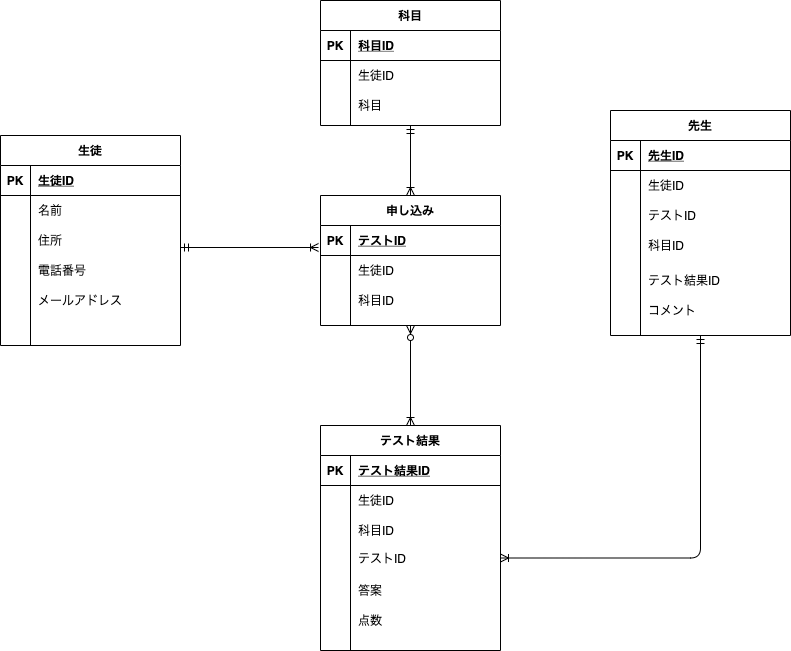
Earlier version of the draw.io export ERtest.drawio.png (Ufaa/DB20210802goto). Source tidied: cells renumbered, new cells last; positions are measured from the earlier drawing's top-left corner, leaving out a move shared by most shapes.
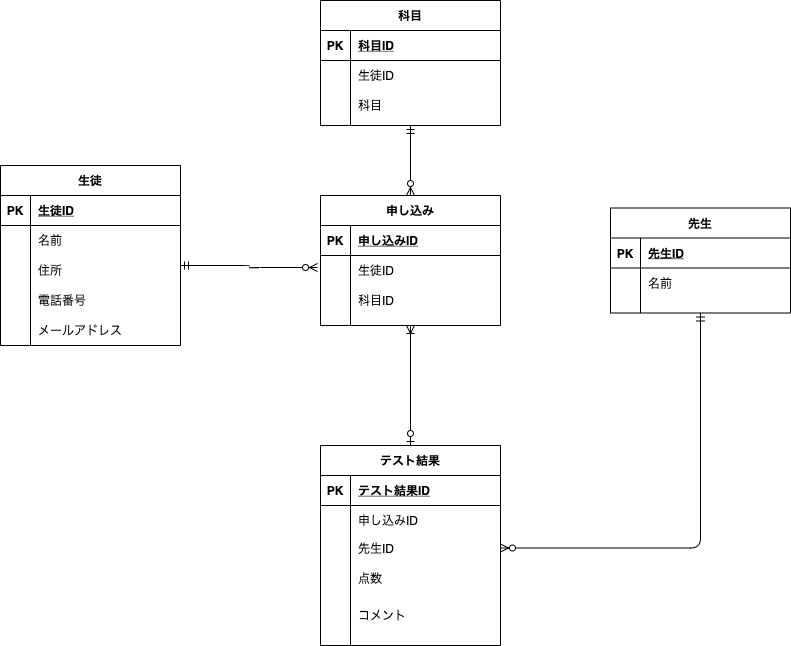
After the change.

What changed in the source:
```diff
@@ -3,7 +3,7 @@
     <mxCell id="0" />
     <mxCell id="1" parent="0" />
     <mxCell id="2" value="先生" style="shape=table;startSize=30;rowLines=0;fontStyle=1;align=center;" parent="1" vertex="1">
-      <mxGeometry x="610" y="110" width="180" height="225" as="geometry" />
+      <mxGeometry x="610" y="207.5" width="180" height="105" as="geometry" />
     </mxCell>
     <mxCell id="3" style="shape=partialRectangle;fillColor=none;top=0;left=0;bottom=1;right=0;" parent="2" vertex="1">
       <mxGeometry y="30" width="180" height="30" as="geometry" />
@@ -20,45 +20,9 @@
     <mxCell id="7" style="shape=partialRectangle;fillColor=none;top=0;left=0;bottom=0;right=0;overflow=hidden;" parent="6" vertex="1">
       <mxGeometry width="30" height="30" as="geometry" />
     </mxCell>
-    <mxCell id="8" value="生徒ID" style="shape=partialRectangle;fillColor=none;top=0;left=0;bottom=0;right=0;align=left;spacingLeft=6;overflow=hidden;" parent="6" vertex="1">
+    <mxCell id="8" value="名前" style="shape=partialRectangle;fillColor=none;top=0;left=0;bottom=0;right=0;align=left;spacingLeft=6;overflow=hidden;" parent="6" vertex="1">
       <mxGeometry x="30" width="150" height="30" as="geometry" />
     </mxCell>
-    <mxCell id="9" style="shape=partialRectangle;fillColor=none;top=0;left=0;bottom=0;right=0;" parent="2" vertex="1">
-      <mxGeometry y="90" width="180" height="30" as="geometry" />
-    </mxCell>
-    <mxCell id="10" style="shape=partialRectangle;fillColor=none;top=0;left=0;bottom=0;right=0;overflow=hidden;" parent="9" vertex="1">
-      <mxGeometry width="30" height="30" as="geometry" />
-    </mxCell>
-    <mxCell id="11" value="テストID" style="shape=partialRectangle;fillColor=none;top=0;left=0;bottom=0;right=0;align=left;spacingLeft=6;overflow=hidden;" parent="9" vertex="1">
-      <mxGeometry x="30" width="150" height="30" as="geometry" />
-    </mxCell>
-    <mxCell id="12" style="shape=partialRectangle;fillColor=none;top=0;left=0;bottom=0;right=0;" parent="2" vertex="1">
-      <mxGeometry y="120" width="180" height="30" as="geometry" />
-    </mxCell>
-    <mxCell id="13" style="shape=partialRectangle;fillColor=none;top=0;left=0;bottom=0;right=0;overflow=hidden;" parent="12" vertex="1">
-      <mxGeometry width="30" height="30" as="geometry" />
-    </mxCell>
-    <mxCell id="14" value="科目ID" style="shape=partialRectangle;fillColor=none;top=0;left=0;bottom=0;right=0;align=left;spacingLeft=6;overflow=hidden;" parent="12" vertex="1">
-      <mxGeometry x="30" width="150" height="30" as="geometry" />
-    </mxCell>
-    <mxCell id="15" style="shape=partialRectangle;fillColor=none;top=0;left=0;bottom=0;right=0;" parent="2" vertex="1">
-      <mxGeometry y="150" width="180" height="40" as="geometry" />
-    </mxCell>
-    <mxCell id="16" style="shape=partialRectangle;fillColor=none;top=0;left=0;bottom=0;right=0;overflow=hidden;" parent="15" vertex="1">
-      <mxGeometry width="30" height="40" as="geometry" />
-    </mxCell>
-    <mxCell id="17" value="テスト結果ID" style="shape=partialRectangle;fillColor=none;top=0;left=0;bottom=0;right=0;align=left;spacingLeft=6;overflow=hidden;" parent="15" vertex="1">
-      <mxGeometry x="30" width="150" height="40" as="geometry" />
-    </mxCell>
-    <mxCell id="18" style="shape=partialRectangle;fillColor=none;top=0;left=0;bottom=0;right=0;" parent="2" vertex="1">
-      <mxGeometry y="190" width="180" height="20" as="geometry" />
-    </mxCell>
-    <mxCell id="19" style="shape=partialRectangle;fillColor=none;top=0;left=0;bottom=0;right=0;overflow=hidden;" parent="18" vertex="1">
-      <mxGeometry width="30" height="20" as="geometry" />
-    </mxCell>
-    <mxCell id="20" value="コメント" style="shape=partialRectangle;fillColor=none;top=0;left=0;bottom=0;right=0;align=left;spacingLeft=6;overflow=hidden;" parent="18" vertex="1">
-      <mxGeometry x="30" width="150" height="20" as="geometry" />
-    </mxCell>
     <mxCell id="21" value="申し込み" style="shape=table;startSize=30;rowLines=0;fontStyle=1;align=center;" parent="1" vertex="1">
       <mxGeometry x="320" y="195" width="180" height="130" as="geometry" />
     </mxCell>
@@ -68,7 +32,7 @@
     <mxCell id="23" value="PK" style="shape=partialRectangle;fillColor=none;top=0;left=0;bottom=0;right=0;fontStyle=1;overflow=hidden;" parent="22" vertex="1">
       <mxGeometry width="30" height="30" as="geometry" />
     </mxCell>
-    <mxCell id="24" value="テストID" style="shape=partialRectangle;fillColor=none;top=0;left=0;bottom=0;right=0;align=left;spacingLeft=6;fontStyle=5;overflow=hidden;" parent="22" vertex="1">
+    <mxCell id="24" value="申し込みID" style="shape=partialRectangle;fillColor=none;top=0;left=0;bottom=0;right=0;align=left;spacingLeft=6;fontStyle=5;overflow=hidden;" parent="22" vertex="1">
       <mxGeometry x="30" width="150" height="30" as="geometry" />
     </mxCell>
     <mxCell id="25" style="shape=partialRectangle;fillColor=none;top=0;left=0;bottom=0;right=0;" parent="21" vertex="1">
@@ -90,7 +54,7 @@
       <mxGeometry x="30" width="150" height="30" as="geometry" />
     </mxCell>
     <mxCell id="31" value="生徒" style="shape=table;startSize=30;rowLines=0;fontStyle=1;align=center;" parent="1" vertex="1">
-      <mxGeometry y="135" width="180" height="210" as="geometry" />
+      <mxGeometry y="165" width="180" height="180" as="geometry" />
     </mxCell>
     <mxCell id="32" style="shape=partialRectangle;fillColor=none;top=0;left=0;bottom=1;right=0;" parent="31" vertex="1">
       <mxGeometry y="30" width="180" height="30" as="geometry" />
@@ -137,17 +101,8 @@
     <mxCell id="46" value="メールアドレス" style="shape=partialRectangle;fillColor=none;top=0;left=0;bottom=0;right=0;align=left;spacingLeft=6;overflow=hidden;" parent="44" vertex="1">
       <mxGeometry x="30" width="150" height="30" as="geometry" />
     </mxCell>
-    <mxCell id="47" style="shape=partialRectangle;fillColor=none;top=0;left=0;bottom=0;right=0;" parent="31" vertex="1">
-      <mxGeometry y="180" width="180" height="30" as="geometry" />
-    </mxCell>
-    <mxCell id="48" style="shape=partialRectangle;fillColor=none;top=0;left=0;bottom=0;right=0;overflow=hidden;" parent="47" vertex="1">
-      <mxGeometry width="30" height="30" as="geometry" />
-    </mxCell>
-    <mxCell id="49" style="shape=partialRectangle;fillColor=none;top=0;left=0;bottom=0;right=0;align=left;spacingLeft=6;overflow=hidden;" parent="47" vertex="1">
-      <mxGeometry x="30" width="150" height="30" as="geometry" />
-    </mxCell>
     <mxCell id="50" value="テスト結果" style="shape=table;startSize=30;rowLines=0;fontStyle=1;align=center;" parent="1" vertex="1">
-      <mxGeometry x="320" y="425" width="180" height="225" as="geometry" />
+      <mxGeometry x="320" y="445" width="180" height="200" as="geometry" />
     </mxCell>
     <mxCell id="51" style="shape=partialRectangle;fillColor=none;top=0;left=0;bottom=1;right=0;" parent="50" vertex="1">
       <mxGeometry y="30" width="180" height="30" as="geometry" />
@@ -164,48 +119,36 @@
     <mxCell id="55" style="shape=partialRectangle;fillColor=none;top=0;left=0;bottom=0;right=0;overflow=hidden;" parent="54" vertex="1">
       <mxGeometry width="30" height="30" as="geometry" />
     </mxCell>
-    <mxCell id="56" value="生徒ID" style="shape=partialRectangle;fillColor=none;top=0;left=0;bottom=0;right=0;align=left;spacingLeft=6;overflow=hidden;" parent="54" vertex="1">
+    <mxCell id="56" value="申し込みID" style="shape=partialRectangle;fillColor=none;top=0;left=0;bottom=0;right=0;align=left;spacingLeft=6;overflow=hidden;" parent="54" vertex="1">
       <mxGeometry x="30" width="150" height="30" as="geometry" />
     </mxCell>
-    <mxCell id="57" style="shape=partialRectangle;fillColor=none;top=0;left=0;bottom=0;right=0;" parent="50" vertex="1">
-      <mxGeometry y="90" width="180" height="30" as="geometry" />
-    </mxCell>
-    <mxCell id="58" style="shape=partialRectangle;fillColor=none;top=0;left=0;bottom=0;right=0;overflow=hidden;" parent="57" vertex="1">
-      <mxGeometry width="30" height="30" as="geometry" />
-    </mxCell>
-    <mxCell id="59" value="科目ID" style="shape=partialRectangle;fillColor=none;top=0;left=0;bottom=0;right=0;align=left;spacingLeft=6;overflow=hidden;" parent="57" vertex="1">
-      <mxGeometry x="30" width="150" height="30" as="geometry" />
-    </mxCell>
-    <mxCell id="60" style="shape=partialRectangle;fillColor=none;top=0;left=0;bottom=0;right=0;points=[[0,0.5],[1,0.5]];portConstraint=eastwest;" parent="50" vertex="1">
-      <mxGeometry y="120" width="180" height="25" as="geometry" />
-    </mxCell>
+    <mxCell id="83" style="shape=partialRectangle;fillColor=none;top=0;left=0;bottom=0;right=0;points=[[0,0.5],[1,0.5]];portConstraint=eastwest;" parent="50" vertex="1">
+      <mxGeometry y="90" width="180" height="25" as="geometry" />
+    </mxCell>
-    <mxCell id="61" style="shape=partialRectangle;fillColor=none;top=0;left=0;bottom=0;right=0;overflow=hidden;" parent="60" vertex="1">
+    <mxCell id="61" style="shape=partialRectangle;fillColor=none;top=0;left=0;bottom=0;right=0;overflow=hidden;" parent="83" vertex="1">
       <mxGeometry width="30" height="25" as="geometry" />
     </mxCell>
-    <mxCell id="62" value="テストID" style="shape=partialRectangle;fillColor=none;top=0;left=0;bottom=0;right=0;align=left;spacingLeft=6;overflow=hidden;" parent="60" vertex="1">
-      <mxGeometry x="30" width="150" height="25" as="geometry" />
-    </mxCell>
-    <mxCell id="63" style="shape=partialRectangle;fillColor=none;top=0;left=0;bottom=0;right=0;" parent="50" vertex="1">
-      <mxGeometry y="145" width="180" height="40" as="geometry" />
-    </mxCell>
-    <mxCell id="64" style="shape=partialRectangle;fillColor=none;top=0;left=0;bottom=0;right=0;overflow=hidden;" parent="63" vertex="1">
-      <mxGeometry width="30" height="40" as="geometry" />
-    </mxCell>
-    <mxCell id="65" value="答案" style="shape=partialRectangle;fillColor=none;top=0;left=0;bottom=0;right=0;align=left;spacingLeft=6;overflow=hidden;" parent="63" vertex="1">
-      <mxGeometry x="30" width="150" height="40" as="geometry" />
-    </mxCell>
+    <mxCell id="84" value="先生ID" style="shape=partialRectangle;fillColor=none;top=0;left=0;bottom=0;right=0;align=left;spacingLeft=6;overflow=hidden;" parent="83" vertex="1">
+      <mxGeometry x="30" width="150" height="25" as="geometry" />
+    </mxCell>
     <mxCell id="66" style="shape=partialRectangle;fillColor=none;top=0;left=0;bottom=0;right=0;" parent="50" vertex="1">
-      <mxGeometry y="185" width="180" height="20" as="geometry" />
+      <mxGeometry y="115" width="180" height="35" as="geometry" />
     </mxCell>
     <mxCell id="67" style="shape=partialRectangle;fillColor=none;top=0;left=0;bottom=0;right=0;overflow=hidden;" parent="66" vertex="1">
-      <mxGeometry width="30" height="20" as="geometry" />
+      <mxGeometry width="30" height="35" as="geometry" />
     </mxCell>
     <mxCell id="68" value="点数" style="shape=partialRectangle;fillColor=none;top=0;left=0;bottom=0;right=0;align=left;spacingLeft=6;overflow=hidden;" parent="66" vertex="1">
-      <mxGeometry x="30" width="150" height="20" as="geometry" />
+      <mxGeometry x="30" width="150" height="35" as="geometry" />
     </mxCell>
-    <mxCell id="69" style="fontSize=12;html=1;endArrow=ERoneToMany;startArrow=ERzeroToMany;entryX=0.5;entryY=0;entryDx=0;entryDy=0;edgeStyle=orthogonalEdgeStyle;exitX=0.5;exitY=1;exitDx=0;exitDy=0;" parent="1" edge="1" source="21" target="50">
-      <mxGeometry relative="1" as="geometry" />
-    </mxCell>
+    <mxCell id="15" style="shape=partialRectangle;fillColor=none;top=0;left=0;bottom=0;right=0;" parent="50" vertex="1">
+      <mxGeometry y="150" width="180" height="40" as="geometry" />
+    </mxCell>
+    <mxCell id="85" style="shape=partialRectangle;fillColor=none;top=0;left=0;bottom=0;right=0;overflow=hidden;" parent="15" vertex="1">
+      <mxGeometry width="30" height="40" as="geometry" />
+    </mxCell>
+    <mxCell id="20" value="コメント" style="shape=partialRectangle;fillColor=none;top=0;left=0;bottom=0;right=0;align=left;spacingLeft=6;overflow=hidden;" parent="15" vertex="1">
+      <mxGeometry x="30" width="150" height="40" as="geometry" />
+    </mxCell>
     <mxCell id="70" value="科目" style="shape=table;startSize=30;rowLines=0;fontStyle=1;align=center;" parent="1" vertex="1">
       <mxGeometry x="320" width="180" height="125" as="geometry" />
     </mxCell>
@@ -236,16 +179,24 @@
     <mxCell id="79" value="科目" style="shape=partialRectangle;fillColor=none;top=0;left=0;bottom=0;right=0;align=left;spacingLeft=6;overflow=hidden;" parent="77" vertex="1">
       <mxGeometry x="30" width="150" height="30" as="geometry" />
     </mxCell>
-    <mxCell id="80" style="fontSize=12;html=1;endArrow=ERoneToMany;startArrow=ERmandOne;entryX=-0.011;entryY=0.733;entryDx=0;entryDy=0;entryPerimeter=0;" parent="1" edge="1" target="22">
-      <mxGeometry relative="1" as="geometry">
-        <mxPoint x="180" y="247" as="sourcePoint" />
-      </mxGeometry>
-    </mxCell>
-    <mxCell id="81" style="edgeStyle=orthogonalEdgeStyle;fontSize=12;html=1;endArrow=ERoneToMany;startArrow=ERmandOne;entryX=1;entryY=0.5;entryDx=0;entryDy=0;exitX=0.5;exitY=1;exitDx=0;exitDy=0;" parent="1" edge="1" source="2" target="60">
-      <mxGeometry relative="1" as="geometry" />
-    </mxCell>
+    <mxCell id="86" style="fontSize=12;html=1;endArrow=ERzeroToMany;startArrow=ERmandOne;edgeStyle=orthogonalEdgeStyle;" parent="1" edge="1">
+      <mxGeometry relative="1" as="geometry">
+        <mxPoint x="180" y="265" as="sourcePoint" />
+        <mxPoint x="317" y="267" as="targetPoint" />
+        <Array as="points">
+          <mxPoint x="249" y="265" />
+          <mxPoint x="249" y="267" />
+        </Array>
+      </mxGeometry>
+    </mxCell>
-    <mxCell id="82" style="fontSize=12;html=1;endArrow=ERoneToMany;startArrow=ERmandOne;exitX=0.5;exitY=1;exitDx=0;exitDy=0;entryX=0.5;entryY=0;entryDx=0;entryDy=0;" parent="1" edge="1" source="70" target="21">
+    <mxCell id="82" style="fontSize=12;html=1;endArrow=ERzeroToMany;startArrow=ERmandOne;exitX=0.5;exitY=1;exitDx=0;exitDy=0;entryX=0.5;entryY=0;entryDx=0;entryDy=0;" parent="1" edge="1" source="70" target="21">
       <mxGeometry relative="1" as="geometry" />
     </mxCell>
+    <mxCell id="87" style="fontSize=12;html=1;endArrow=ERoneToMany;startArrow=ERzeroToOne;entryX=0.5;entryY=1;entryDx=0;entryDy=0;exitX=0.5;exitY=0;exitDx=0;exitDy=0;" parent="1" edge="1" source="50" target="21">
+      <mxGeometry relative="1" as="geometry" />
+    </mxCell>
+    <mxCell id="88" style="edgeStyle=orthogonalEdgeStyle;fontSize=12;html=1;endArrow=ERzeroToMany;startArrow=ERmandOne;exitX=0.5;exitY=1;exitDx=0;exitDy=0;entryX=1;entryY=0.5;entryDx=0;entryDy=0;" parent="1" edge="1" source="2" target="83">
+      <mxGeometry relative="1" as="geometry" />
+    </mxCell>
   </root>
 </mxGraphModel>
```
